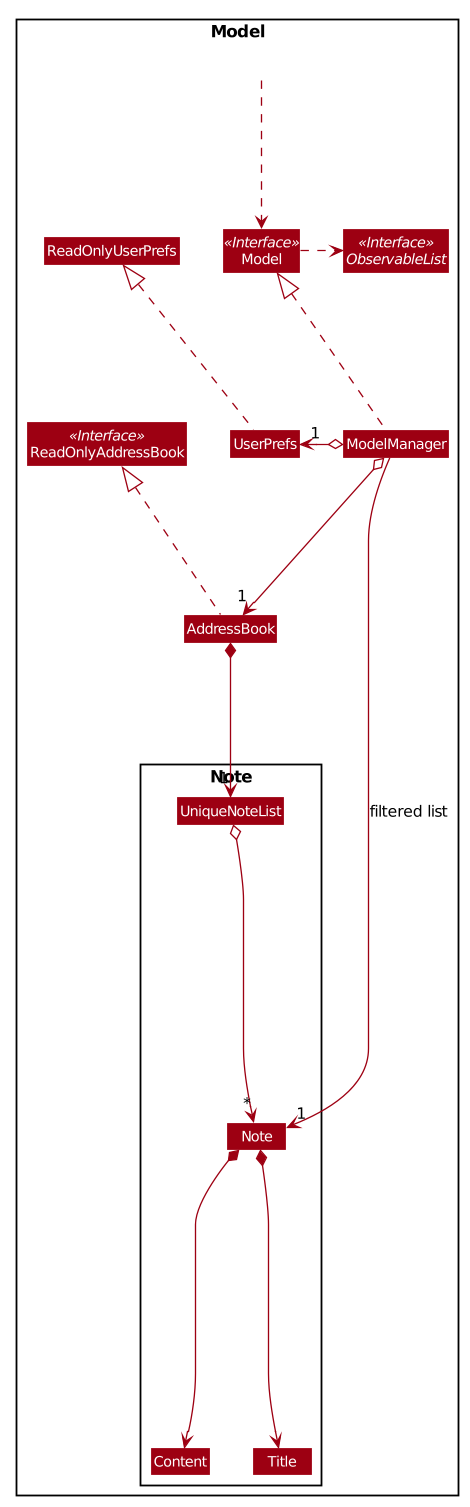
This is docs/images/ModelClassDiagram.png from nus-cs2103-AY1920S1/addressbook-level3, a PlantUML export, as it was before one commit.
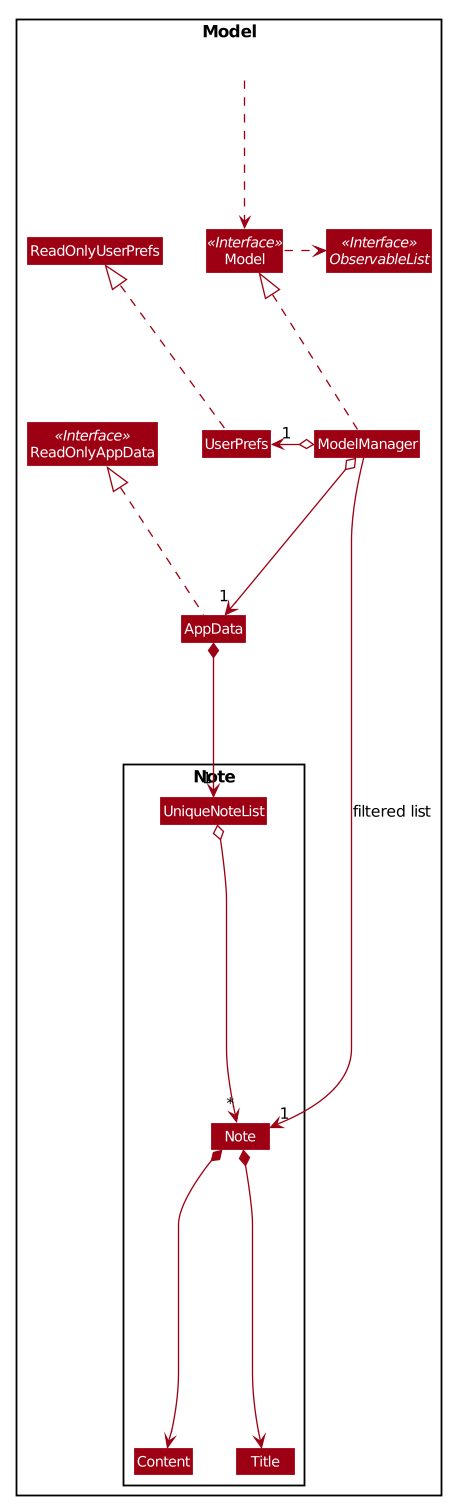
Above is the later version.

The edit, as a diff of the source:
```diff
@@ -52,11 +52,11 @@
 skinparam classBackgroundColor #9D0012
 
 Package Model <<Rectangle>>{
-Interface ReadOnlyAddressBook <<Interface>>
+Interface ReadOnlyAppData <<Interface>>
 Interface Model <<Interface>>
 Interface ObservableList <<Interface>>
-Class AddressBook
-Class ReadOnlyAddressBook
+Class AppData
+Class ReadOnlyAppData
 Class Model
 Class ModelManager
 Class UserPrefs
@@ -72,15 +72,15 @@
 Class HiddenOutside #FFFFFF
 HiddenOutside ..> Model
 
-AddressBook .up.|> ReadOnlyAddressBook
+AppData .up.|> ReadOnlyAppData
 
 ModelManager .up.|> Model
 Model .right.> ObservableList
-ModelManager o--> "1" AddressBook
+ModelManager o--> "1" AppData
 ModelManager o-left-> "1" UserPrefs
 UserPrefs .up.|> ReadOnlyUserPrefs
 
-AddressBook *--> "1" UniqueNoteList
+AppData *--> "1" UniqueNoteList
 UniqueNoteList o--> "*" Note
 Note *--> Title
 Note *--> Content
```
